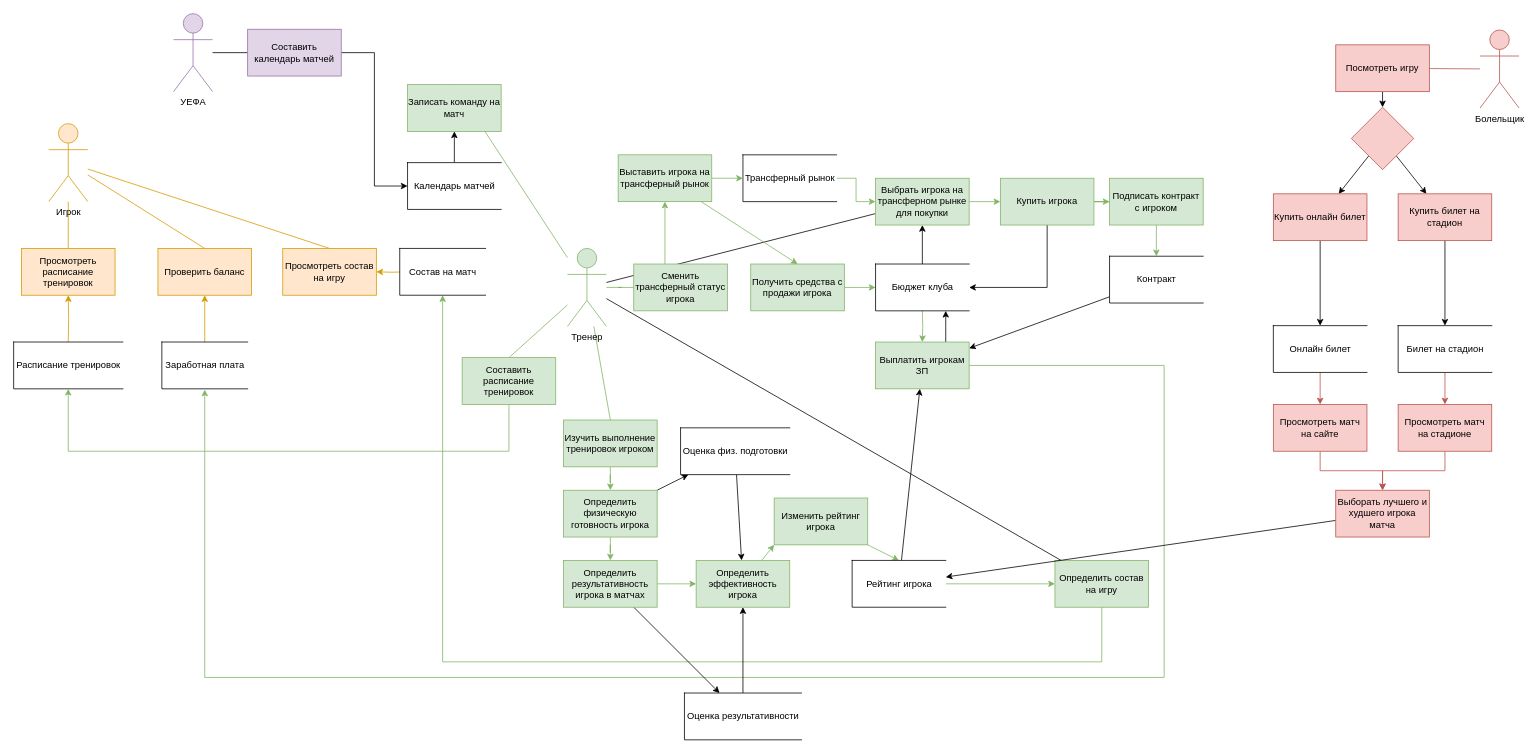
The draw.io diagram DFD Diagramm.drawio in Alexsander996/football, before the edit. Source tidied: cells renumbered, new cells numbered last; positions are measured from the earlier drawing's top-left corner, leaving out a move shared by most shapes. Both pictures are drawn from the tidied source at 78%, with x=0, y=0 at pixel (13, 13).
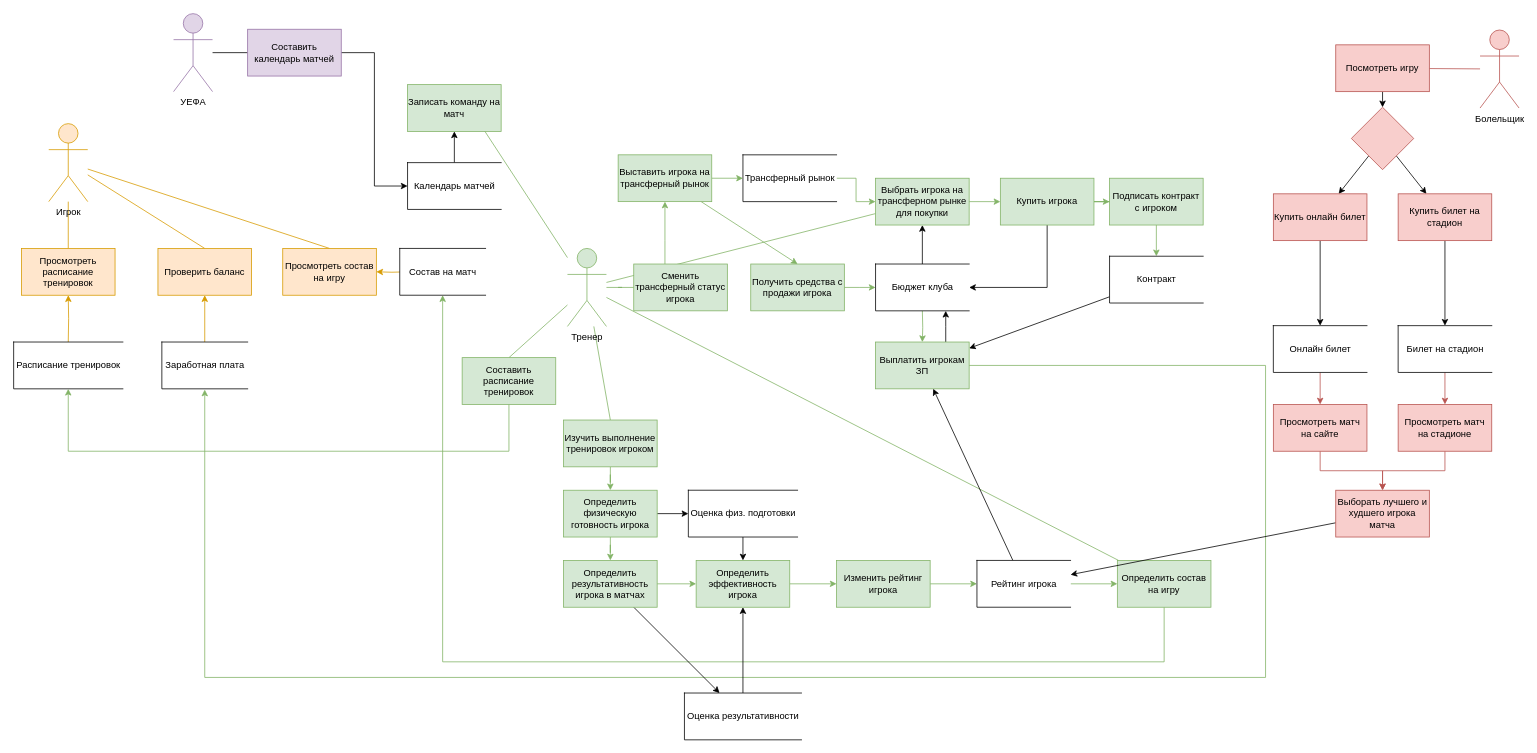
The same diagram, later.

Unchanged cells that the change refers to:
```xml
<mxCell id="17" value="Тренер" style="shape=umlActor;verticalLabelPosition=bottom;verticalAlign=top;html=1;outlineConnect=0;fillColor=#d5e8d4;strokeColor=#82b366;" parent="1" vertex="1">
  <mxGeometry x="710" y="301" width="50" height="100" as="geometry" />
</mxCell>
<mxCell id="19" value="Определить эффективность игрока" style="rounded=0;whiteSpace=wrap;html=1;fillColor=#d5e8d4;strokeColor=#82b366;" parent="1" vertex="1">
  <mxGeometry x="875" y="701" width="120" height="60" as="geometry" />
</mxCell>
<mxCell id="24" value="Выплатить игрокам ЗП" style="rounded=0;whiteSpace=wrap;html=1;fillColor=#d5e8d4;strokeColor=#82b366;" parent="1" vertex="1">
  <mxGeometry x="1105" y="421" width="120" height="60" as="geometry" />
</mxCell>
<mxCell id="51" value="Состав на матч" style="html=1;dashed=0;whitespace=wrap;shape=partialRectangle;right=0;" parent="1" vertex="1">
  <mxGeometry x="495" y="301" width="110" height="60" as="geometry" />
</mxCell>
<mxCell id="82" value="Выбрать игрока на трансферном рынке для покупки" style="rounded=0;whiteSpace=wrap;html=1;fillColor=#d5e8d4;strokeColor=#82b366;" parent="1" vertex="1">
  <mxGeometry x="1105" y="211" width="120" height="60" as="geometry" />
</mxCell>
```

Change to the diagram source:
```diff
@@
-    <mxCell id="15" style="edgeStyle=none;rounded=0;jettySize=auto;html=1;endArrow=none;endFill=0;" parent="1" edge="1" source="17" target="21">
+    <mxCell id="15" style="edgeStyle=none;rounded=0;jettySize=auto;html=1;endArrow=none;endFill=0;fillColor=#d5e8d4;strokeColor=#82b366;" parent="1" edge="1" source="17" target="21">
       <mxGeometry relative="1" as="geometry" />
     </mxCell>
-    <mxCell id="16" style="rounded=0;jettySize=auto;html=1;endArrow=none;endFill=0;" parent="1" edge="1" source="17" target="82">
+    <mxCell id="16" style="rounded=0;jettySize=auto;html=1;endArrow=none;endFill=0;fillColor=#d5e8d4;strokeColor=#82b366;" parent="1" edge="1" source="17" target="82">
       <mxGeometry relative="1" as="geometry" />
     </mxCell>
@@
-    <mxCell id="18" style="rounded=0;jettySize=auto;html=1;entryX=0;entryY=1;entryDx=0;entryDy=0;fillColor=#d5e8d4;strokeColor=#82b366;" parent="1" edge="1" source="19" target="84">
+    <mxCell id="18" style="rounded=0;jettySize=auto;html=1;fillColor=#d5e8d4;strokeColor=#82b366;" parent="1" edge="1" source="19" target="84">
       <mxGeometry relative="1" as="geometry" />
     </mxCell>
@@
     <mxCell id="20" style="edgeStyle=orthogonalEdgeStyle;rounded=0;jettySize=auto;html=1;entryX=0.5;entryY=1;entryDx=0;entryDy=0;elbow=vertical;fillColor=#d5e8d4;strokeColor=#82b366;" parent="1" edge="1" source="21" target="51">
       <mxGeometry relative="1" as="geometry">
         <Array as="points">
-          <mxPoint x="1395" y="831" />
+          <mxPoint x="1475" y="831" />
           <mxPoint x="550" y="831" />
         </Array>
       </mxGeometry>
     </mxCell>
     <mxCell id="21" value="Определить состав на игру" style="rounded=0;whiteSpace=wrap;html=1;fillColor=#d5e8d4;strokeColor=#82b366;" parent="1" vertex="1">
-      <mxGeometry x="1335" y="701" width="120" height="60" as="geometry" />
+      <mxGeometry x="1415" y="701" width="120" height="60" as="geometry" />
     </mxCell>
     <mxCell id="22" style="edgeStyle=orthogonalEdgeStyle;rounded=0;jettySize=auto;html=1;endArrow=classic;endFill=1;fillColor=#d5e8d4;strokeColor=#82b366;" parent="1" edge="1" source="24">
       <mxGeometry relative="1" as="geometry">
         <mxPoint x="245" y="482" as="targetPoint" />
         <Array as="points">
-          <mxPoint x="1475" y="451" />
-          <mxPoint x="1475" y="851" />
+          <mxPoint x="1605" y="451" />
+          <mxPoint x="1605" y="851" />
           <mxPoint x="245" y="851" />
         </Array>
       </mxGeometry>
     </mxCell>
@@
-    <mxCell id="83" style="edgeStyle=none;rounded=0;jettySize=auto;html=1;entryX=0.5;entryY=0;entryDx=0;entryDy=0;fillColor=#d5e8d4;strokeColor=#82b366;" parent="1" edge="1" source="84" target="86">
+    <mxCell id="83" style="edgeStyle=none;rounded=0;jettySize=auto;html=1;fillColor=#d5e8d4;strokeColor=#82b366;" parent="1" edge="1" source="84" target="86">
       <mxGeometry relative="1" as="geometry" />
     </mxCell>
     <mxCell id="84" value="Изменить рейтинг игрока" style="rounded=0;whiteSpace=wrap;html=1;fillColor=#d5e8d4;strokeColor=#82b366;" parent="1" vertex="1">
-      <mxGeometry x="975" y="621" width="120" height="60" as="geometry" />
+      <mxGeometry x="1055" y="701" width="120" height="60" as="geometry" />
     </mxCell>
@@
     <mxCell id="86" value="Рейтинг игрока" style="html=1;dashed=0;whitespace=wrap;shape=partialRectangle;right=0;" parent="1" vertex="1">
-      <mxGeometry x="1075" y="701" width="120" height="60" as="geometry" />
+      <mxGeometry x="1235" y="701" width="120" height="60" as="geometry" />
     </mxCell>
@@
     <mxCell id="88" value="Оценка физ. подготовки" style="html=1;dashed=0;whitespace=wrap;shape=partialRectangle;right=0;" parent="1" vertex="1">
-      <mxGeometry x="855" y="531" width="140" height="60" as="geometry" />
+      <mxGeometry x="865" y="611" width="140" height="60" as="geometry" />
     </mxCell>
```
